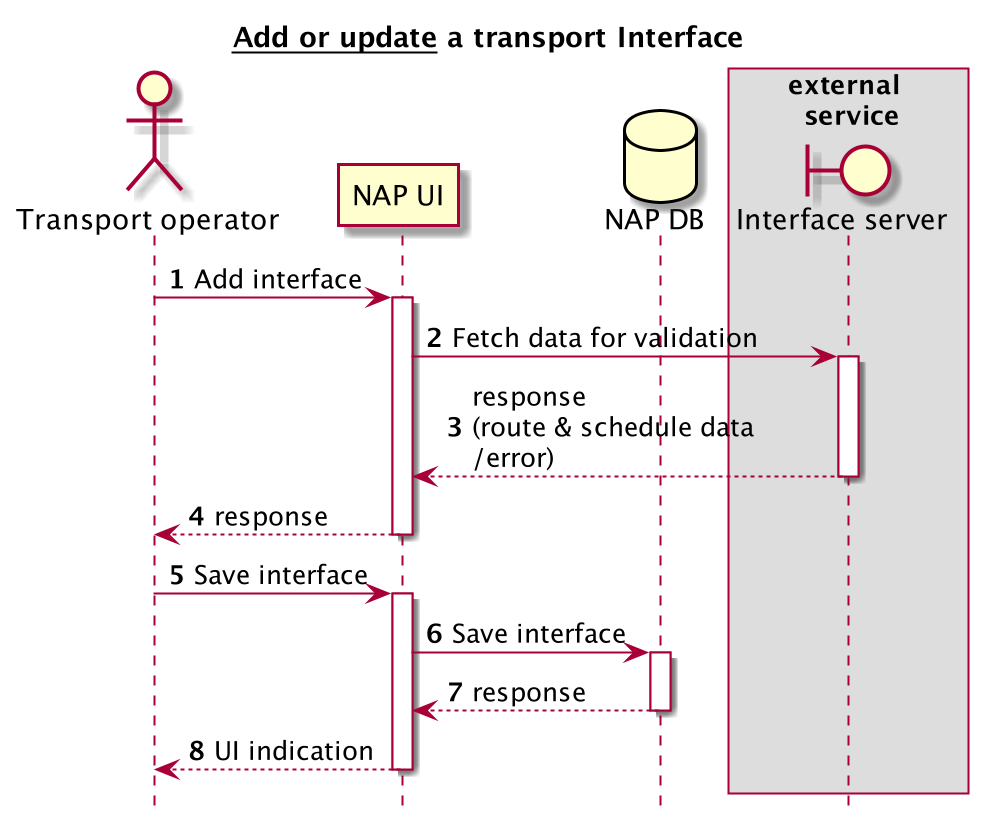
Above: docs/transit-changes/new-interface.png in tmfg/mmtis-national-access-point (PlantUML), before the change.
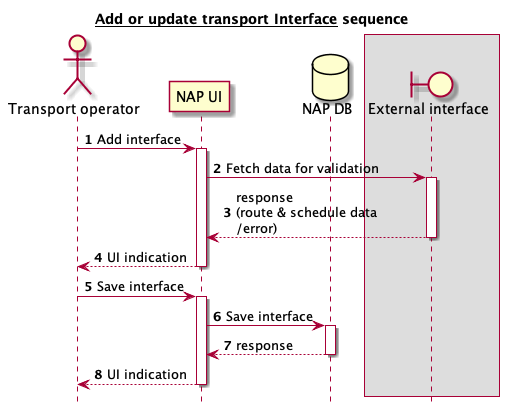
The same file after the commit.

What changed in the source:
```diff
@@ -1,13 +1,13 @@
 @startuml
-title __Add or update__ a transport Interface
+title __Add or update transport Interface__ sequence
 autonumber
 hide footbox
 
 actor "Transport operator" as OPER
 participant "NAP UI" as UI
 database "NAP DB" as DB
-box external \n service
-    boundary "Interface server" as IFACE
+box
+    boundary "External interface" as IFACE
 end box
 
 OPER->UI: Add interface
@@ -15,7 +15,7 @@
         UI->IFACE: Fetch data for validation
         activate IFACE
         return response \n(route & schedule data\n/error)
-                return response
+                return UI indication
 
                 OPER->UI: Save interface
                 activate UI
```
